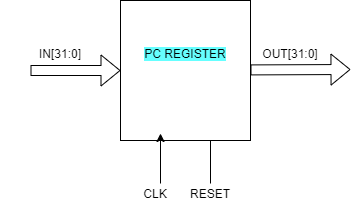
The draw.io diagram images/hardware_units/pc_reg/pc_reg.png in cepdnaclk/e16-co502-RV32IM-pipeline-implementation-group1, before a commit. Source tidied: cells renumbered, new cells last; positions are measured from the earlier drawing's top-left corner, leaving out a move shared by most shapes. Its diagram source:
```xml
<mxGraphModel>
  <root>
    <mxCell id="0" />
    <mxCell id="1" parent="0" />
    <mxCell id="2" style="rounded=0;whiteSpace=wrap;html=1;align=center;" parent="1" vertex="1">
      <mxGeometry x="120" width="130" height="140" as="geometry" />
    </mxCell>
    <mxCell id="3" value="IN[31:0]" style="text;html=1;strokeColor=none;fillColor=none;align=center;verticalAlign=middle;whiteSpace=wrap;rounded=0;" parent="1" vertex="1">
      <mxGeometry y="43" width="120" height="20" as="geometry" />
    </mxCell>
    <mxCell id="4" value="OUT[31:0]" style="text;html=1;strokeColor=none;fillColor=none;align=center;verticalAlign=middle;whiteSpace=wrap;rounded=0;" parent="1" vertex="1">
      <mxGeometry x="230" y="43" width="120" height="20" as="geometry" />
    </mxCell>
    <mxCell id="5" value="&lt;span style=&quot;background-color: rgb(102 , 255 , 255)&quot;&gt;PC REGISTER&lt;/span&gt;" style="text;html=1;strokeColor=none;fillColor=none;align=center;verticalAlign=middle;whiteSpace=wrap;rounded=0;" parent="1" vertex="1">
      <mxGeometry x="135" y="33" width="100" height="40" as="geometry" />
    </mxCell>
    <mxCell id="6" style="shape=flexArrow;endArrow=classic;html=1;entryX=0;entryY=0.5;entryDx=0;entryDy=0;" parent="1" edge="1" target="2">
      <mxGeometry relative="1" as="geometry">
        <mxPoint x="30" y="70" as="sourcePoint" />
      </mxGeometry>
    </mxCell>
    <mxCell id="7" style="shape=flexArrow;endArrow=classic;html=1;" parent="1" edge="1">
      <mxGeometry relative="1" as="geometry">
        <mxPoint x="250" y="69.4" as="sourcePoint" />
        <mxPoint x="350" y="69" as="targetPoint" />
      </mxGeometry>
    </mxCell>
    <mxCell id="8" style="endArrow=classic;html=1;" parent="1" edge="1">
      <mxGeometry relative="1" as="geometry">
        <mxPoint x="160" y="183" as="sourcePoint" />
        <mxPoint x="160" y="133" as="targetPoint" />
      </mxGeometry>
    </mxCell>
    <mxCell id="9" value="CLK" style="text;html=1;strokeColor=none;fillColor=none;align=center;verticalAlign=middle;whiteSpace=wrap;rounded=0;" parent="1" vertex="1">
      <mxGeometry x="130" y="183" width="50" height="20" as="geometry" />
    </mxCell>
    <mxCell id="10" style="endArrow=none;html=1;" parent="1" edge="1">
      <mxGeometry relative="1" as="geometry">
        <mxPoint x="210" y="183" as="sourcePoint" />
        <mxPoint x="210" y="140" as="targetPoint" />
      </mxGeometry>
    </mxCell>
    <mxCell id="11" value="RESET" style="text;html=1;strokeColor=none;fillColor=none;align=center;verticalAlign=middle;whiteSpace=wrap;rounded=0;" parent="1" vertex="1">
      <mxGeometry x="185" y="183" width="50" height="20" as="geometry" />
    </mxCell>
  </root>
</mxGraphModel>
```
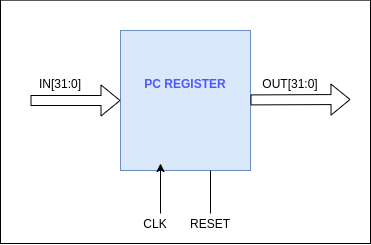
The same diagram one commit later.

Change to the diagram source:
```diff
@@ -2,46 +2,52 @@
   <root>
     <mxCell id="0" />
     <mxCell id="1" parent="0" />
-    <mxCell id="2" style="rounded=0;whiteSpace=wrap;html=1;align=center;" parent="1" vertex="1">
-      <mxGeometry x="120" width="130" height="140" as="geometry" />
+    <mxCell id="2" style="group;" parent="1" vertex="1">
+      <mxGeometry x="120" width="370" height="243.3" as="geometry" />
     </mxCell>
-    <mxCell id="3" value="IN[31:0]" style="text;html=1;strokeColor=none;fillColor=none;align=center;verticalAlign=middle;whiteSpace=wrap;rounded=0;" parent="1" vertex="1">
-      <mxGeometry y="43" width="120" height="20" as="geometry" />
+    <mxCell id="3" style="rounded=0;whiteSpace=wrap;html=1;" parent="2" vertex="1">
+      <mxGeometry width="370" height="243.3" as="geometry" />
     </mxCell>
-    <mxCell id="4" value="OUT[31:0]" style="text;html=1;strokeColor=none;fillColor=none;align=center;verticalAlign=middle;whiteSpace=wrap;rounded=0;" parent="1" vertex="1">
-      <mxGeometry x="230" y="43" width="120" height="20" as="geometry" />
+    <mxCell id="4" style="rounded=0;whiteSpace=wrap;html=1;align=center;fillColor=#dae8fc;strokeColor=#6c8ebf;" parent="2" vertex="1">
+      <mxGeometry x="120" y="30.3" width="130" height="140" as="geometry" />
     </mxCell>
-    <mxCell id="5" value="&lt;span style=&quot;background-color: rgb(102 , 255 , 255)&quot;&gt;PC REGISTER&lt;/span&gt;" style="text;html=1;strokeColor=none;fillColor=none;align=center;verticalAlign=middle;whiteSpace=wrap;rounded=0;" parent="1" vertex="1">
-      <mxGeometry x="135" y="33" width="100" height="40" as="geometry" />
+    <mxCell id="5" value="IN[31:0]" style="text;html=1;strokeColor=none;fillColor=none;align=center;verticalAlign=middle;whiteSpace=wrap;rounded=0;" parent="2" vertex="1">
+      <mxGeometry y="73.3" width="120" height="20" as="geometry" />
     </mxCell>
-    <mxCell id="6" style="shape=flexArrow;endArrow=classic;html=1;entryX=0;entryY=0.5;entryDx=0;entryDy=0;" parent="1" edge="1" target="2">
-      <mxGeometry relative="1" as="geometry">
-        <mxPoint x="30" y="70" as="sourcePoint" />
-      </mxGeometry>
+    <mxCell id="6" value="OUT[31:0]" style="text;html=1;strokeColor=none;fillColor=none;align=center;verticalAlign=middle;whiteSpace=wrap;rounded=0;" parent="2" vertex="1">
+      <mxGeometry x="230" y="73.3" width="120" height="20" as="geometry" />
     </mxCell>
-    <mxCell id="7" style="shape=flexArrow;endArrow=classic;html=1;" parent="1" edge="1">
-      <mxGeometry relative="1" as="geometry">
-        <mxPoint x="250" y="69.4" as="sourcePoint" />
-        <mxPoint x="350" y="69" as="targetPoint" />
-      </mxGeometry>
+    <mxCell id="7" value="&lt;font color=&quot;#4d58ff&quot;&gt;&lt;b&gt;PC REGISTER&lt;/b&gt;&lt;/font&gt;" style="text;html=1;strokeColor=none;fillColor=none;align=center;verticalAlign=middle;whiteSpace=wrap;rounded=0;" parent="2" vertex="1">
+      <mxGeometry x="135" y="63.3" width="100" height="40" as="geometry" />
     </mxCell>
-    <mxCell id="8" style="endArrow=classic;html=1;" parent="1" edge="1">
+    <mxCell id="8" style="shape=flexArrow;endArrow=classic;html=1;entryX=0;entryY=0.5;entryDx=0;entryDy=0;" parent="2" edge="1" target="4">
       <mxGeometry relative="1" as="geometry">
-        <mxPoint x="160" y="183" as="sourcePoint" />
-        <mxPoint x="160" y="133" as="targetPoint" />
+        <mxPoint x="30" y="100.3" as="sourcePoint" />
       </mxGeometry>
     </mxCell>
-    <mxCell id="9" value="CLK" style="text;html=1;strokeColor=none;fillColor=none;align=center;verticalAlign=middle;whiteSpace=wrap;rounded=0;" parent="1" vertex="1">
-      <mxGeometry x="130" y="183" width="50" height="20" as="geometry" />
+    <mxCell id="9" style="shape=flexArrow;endArrow=classic;html=1;" parent="2" edge="1">
+      <mxGeometry relative="1" as="geometry">
+        <mxPoint x="250" y="99.7" as="sourcePoint" />
+        <mxPoint x="350" y="99.3" as="targetPoint" />
+      </mxGeometry>
     </mxCell>
-    <mxCell id="10" style="endArrow=none;html=1;" parent="1" edge="1">
+    <mxCell id="10" style="endArrow=classic;html=1;" parent="2" edge="1">
       <mxGeometry relative="1" as="geometry">
-        <mxPoint x="210" y="183" as="sourcePoint" />
-        <mxPoint x="210" y="140" as="targetPoint" />
+        <mxPoint x="160" y="213.3" as="sourcePoint" />
+        <mxPoint x="160" y="163.3" as="targetPoint" />
       </mxGeometry>
     </mxCell>
-    <mxCell id="11" value="RESET" style="text;html=1;strokeColor=none;fillColor=none;align=center;verticalAlign=middle;whiteSpace=wrap;rounded=0;" parent="1" vertex="1">
-      <mxGeometry x="185" y="183" width="50" height="20" as="geometry" />
+    <mxCell id="11" value="CLK" style="text;html=1;strokeColor=none;fillColor=none;align=center;verticalAlign=middle;whiteSpace=wrap;rounded=0;" parent="2" vertex="1">
+      <mxGeometry x="130" y="213.3" width="50" height="20" as="geometry" />
     </mxCell>
+    <mxCell id="12" style="endArrow=none;html=1;" parent="2" edge="1">
+      <mxGeometry relative="1" as="geometry">
+        <mxPoint x="210" y="213.3" as="sourcePoint" />
+        <mxPoint x="210" y="170.3" as="targetPoint" />
+      </mxGeometry>
+    </mxCell>
+    <mxCell id="13" value="RESET" style="text;html=1;strokeColor=none;fillColor=none;align=center;verticalAlign=middle;whiteSpace=wrap;rounded=0;" parent="2" vertex="1">
+      <mxGeometry x="185" y="213.3" width="50" height="20" as="geometry" />
+    </mxCell>
   </root>
 </mxGraphModel>
```
